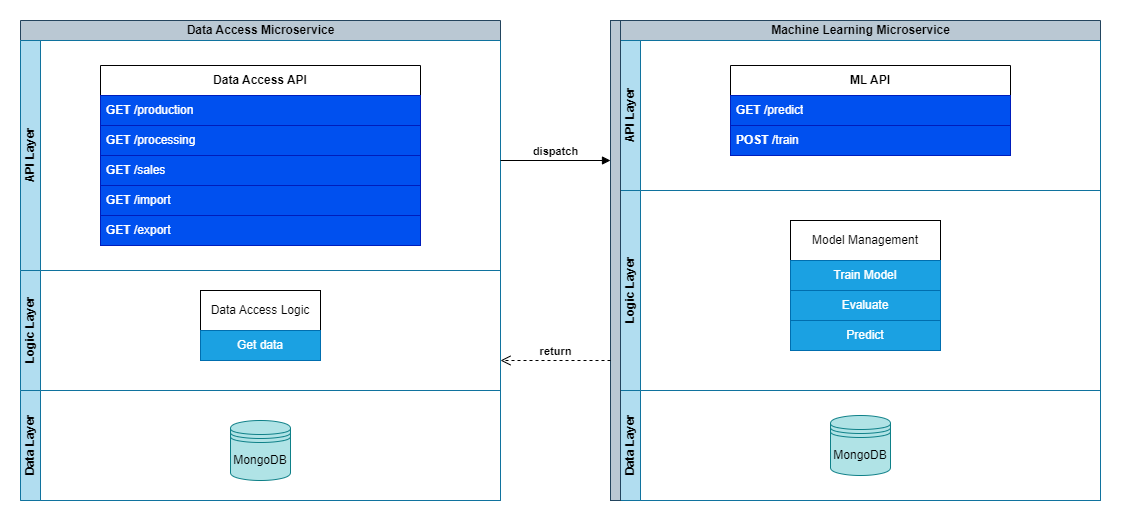
This is 1MLET_FASE1_TECH_CHALLENGE.drawio.png from brunomcr/1MLET_FASE1_TECH_CHALLENGE, a draw.io export, as it was before one commit. Source tidied: cells renumbered, new cells last; positions are measured from the earlier drawing's top-left corner, leaving out a move shared by most shapes.
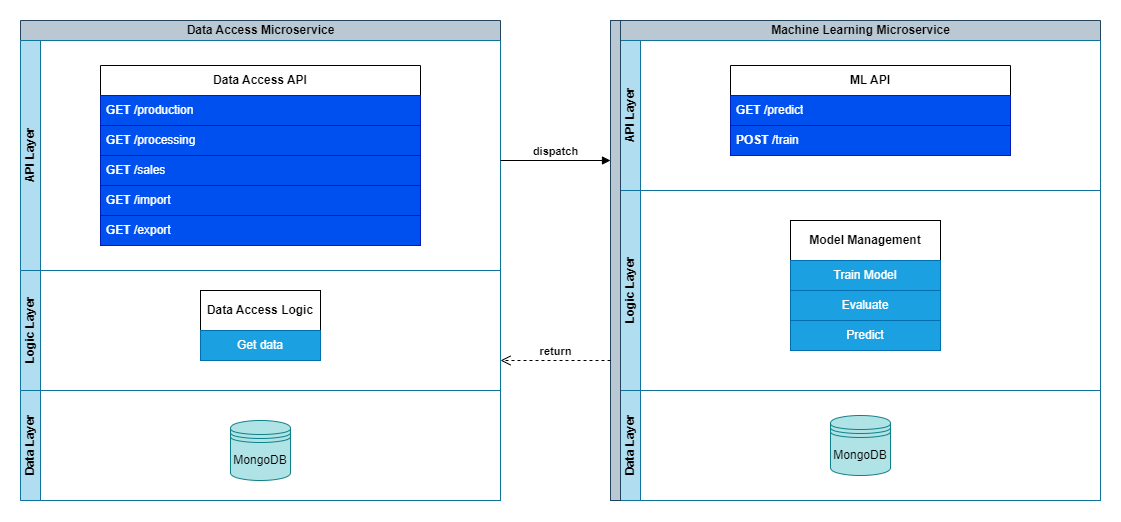
Later version of the same file.

What changed in the source:
```diff
@@ -29,10 +29,10 @@
     <mxCell id="10" value="Logic Layer" style="swimlane;startSize=20;horizontal=0;html=1;fillColor=#b1ddf0;strokeColor=#10739e;" parent="2" vertex="1">
       <mxGeometry y="250" width="480" height="120" as="geometry" />
     </mxCell>
-    <mxCell id="11" style="group;" parent="10" vertex="1">
+    <mxCell id="11" style="group;fontStyle=0;" parent="10" vertex="1">
       <mxGeometry x="180" y="20" width="120" height="70" as="geometry" />
     </mxCell>
-    <mxCell id="12" value="Data Access Logic" style="rounded=0;whiteSpace=wrap;html=1;" parent="11" vertex="1">
+    <mxCell id="12" value="Data Access Logic" style="rounded=0;whiteSpace=wrap;html=1;fontStyle=1;" parent="11" vertex="1">
       <mxGeometry width="120" height="40" as="geometry" />
     </mxCell>
     <mxCell id="13" value="Get data" style="rounded=0;whiteSpace=wrap;html=1;fillColor=#1ba1e2;strokeColor=#006EAF;fontColor=#ffffff;" parent="11" vertex="1">
@@ -68,13 +68,13 @@
     <mxCell id="23" value="Logic Layer" style="swimlane;startSize=20;horizontal=0;html=1;fillColor=#b1ddf0;strokeColor=#10739e;" parent="18" vertex="1">
       <mxGeometry y="170" width="480" height="200" as="geometry" />
     </mxCell>
-    <mxCell id="24" style="group;" parent="23" vertex="1">
+    <mxCell id="24" style="group;fontStyle=1;" parent="23" vertex="1">
       <mxGeometry x="170" y="30" width="150" height="130" as="geometry" />
     </mxCell>
-    <mxCell id="25" value="Model Management" style="rounded=0;whiteSpace=wrap;html=1;" parent="24" vertex="1">
+    <mxCell id="25" value="Model Management" style="rounded=0;whiteSpace=wrap;html=1;fontStyle=1;" parent="24" vertex="1">
       <mxGeometry width="150" height="40" as="geometry" />
     </mxCell>
-    <mxCell id="26" value="Train Model" style="rounded=0;whiteSpace=wrap;html=1;fillColor=#1ba1e2;strokeColor=#006EAF;fontColor=#ffffff;" parent="24" vertex="1">
+    <mxCell id="26" value="Train Model" style="rounded=0;whiteSpace=wrap;html=1;fillColor=#1ba1e2;strokeColor=#006EAF;fontColor=#ffffff;fontStyle=0;" parent="24" vertex="1">
       <mxGeometry y="40" width="150" height="30" as="geometry" />
     </mxCell>
     <mxCell id="27" value="Evaluate" style="rounded=0;whiteSpace=wrap;html=1;fillColor=#1ba1e2;strokeColor=#006EAF;fontColor=#ffffff;" parent="24" vertex="1">
```
